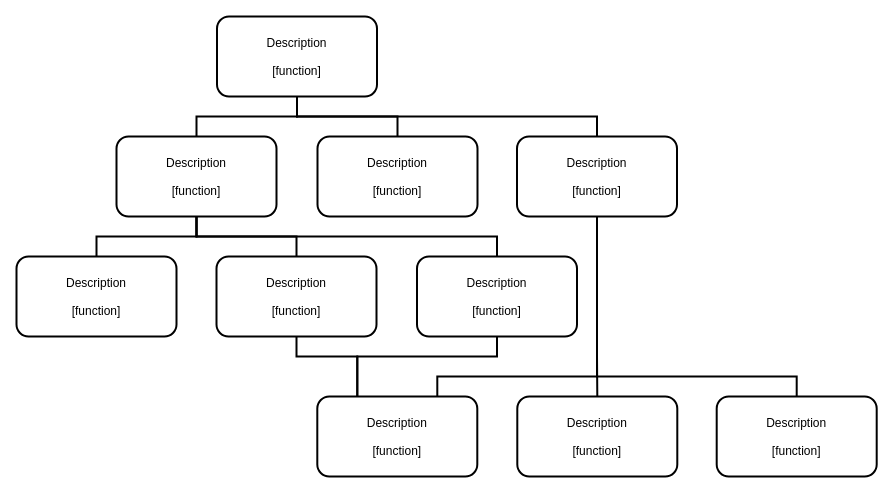
Earlier version of the draw.io diagram source/examples/design/software-modules/modules-application.drawio (YaskawaEurope/mlx-examples). Source tidied: cells renumbered, new cells numbered last; positions are measured from the earlier drawing's top-left corner, leaving out a move shared by most shapes. Both pictures are drawn from the tidied source at 100%, with x=0, y=0 at pixel (16, 16).
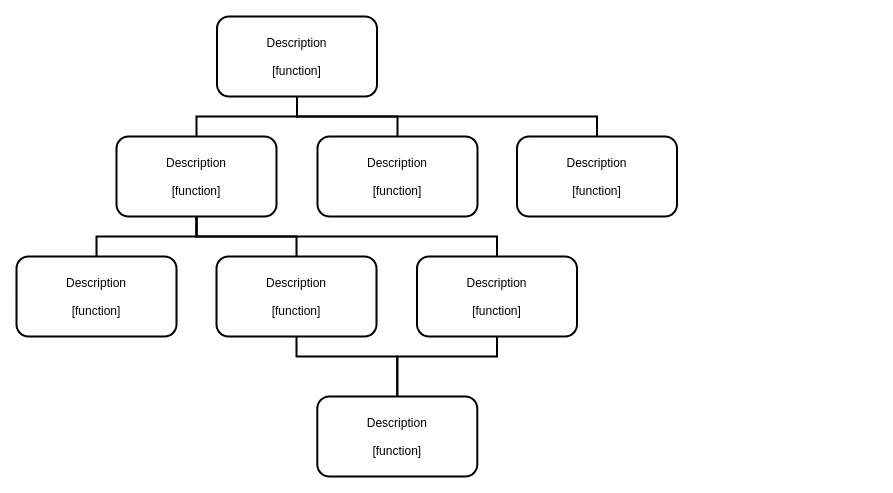
The same page after the edit.

The change refers to these unchanged cells:
```xml
<mxCell id="10" value="Description&#10;&#10;[function]" style="rounded=1;fillColor=none;glass=0;sketch=0;strokeWidth=2;" parent="1" vertex="1">
  <mxGeometry x="200" y="240" width="160" height="80" as="geometry" />
</mxCell>
<mxCell id="12" value="Description&#10;&#10;[function]" style="rounded=1;fillColor=none;glass=0;sketch=0;strokeWidth=2;" parent="1" vertex="1">
  <mxGeometry x="400.5" y="240" width="160" height="80" as="geometry" />
</mxCell>
<mxCell id="17" value="Description&#10;&#10;[function]" style="rounded=1;fillColor=none;glass=0;sketch=0;strokeWidth=2;" parent="1" vertex="1">
  <mxGeometry x="300.8" y="380" width="160" height="80" as="geometry" />
</mxCell>
<mxCell id="22" value="Description&#10;&#10;[function]" style="rounded=1;fillColor=none;glass=0;sketch=0;strokeWidth=2;" parent="1" vertex="1">
  <mxGeometry x="500.5" y="120" width="160" height="80" as="geometry" />
</mxCell>
```

Change to the diagram source:
```diff
@@
-    <mxCell id="14" value="Description&#10;&#10;[function]" style="rounded=1;fillColor=none;glass=0;sketch=0;strokeWidth=2;" parent="1" vertex="1">
-      <mxGeometry x="500.8" y="380" width="160" height="80" as="geometry" />
-    </mxCell>
-    <mxCell id="15" style="edgeStyle=elbowEdgeStyle;shape=connector;rounded=0;elbow=vertical;html=1;exitX=0.25;exitY=0;exitDx=0;exitDy=0;entryX=0.5;entryY=1;entryDx=0;entryDy=0;labelBackgroundColor=default;fontFamily=Lucida Console;fontSize=18;fontColor=default;endArrow=none;endFill=0;strokeColor=default;strokeWidth=2;" parent="1" edge="1" source="17" target="10">
+    <mxCell id="15" style="edgeStyle=elbowEdgeStyle;shape=connector;rounded=0;elbow=vertical;html=1;exitX=0.5;exitY=0;exitDx=0;exitDy=0;entryX=0.5;entryY=1;entryDx=0;entryDy=0;labelBackgroundColor=default;fontFamily=Lucida Console;fontSize=18;fontColor=default;endArrow=none;endFill=0;strokeColor=default;strokeWidth=2;" parent="1" edge="1" source="17" target="10">
       <mxGeometry relative="1" as="geometry">
         <Array as="points">
           <mxPoint x="340.5" y="340" />
           <mxPoint x="365.5" y="350" />
         </Array>
       </mxGeometry>
     </mxCell>
-    <mxCell id="16" style="edgeStyle=elbowEdgeStyle;shape=connector;rounded=0;elbow=vertical;html=1;exitX=0.25;exitY=0;exitDx=0;exitDy=0;entryX=0.5;entryY=1;entryDx=0;entryDy=0;labelBackgroundColor=default;fontFamily=Lucida Console;fontSize=18;fontColor=default;endArrow=none;endFill=0;strokeColor=default;strokeWidth=2;" parent="1" edge="1" source="17" target="12">
+    <mxCell id="16" style="edgeStyle=elbowEdgeStyle;shape=connector;rounded=0;elbow=vertical;html=1;exitX=0.5;exitY=0;exitDx=0;exitDy=0;entryX=0.5;entryY=1;entryDx=0;entryDy=0;labelBackgroundColor=default;fontFamily=Lucida Console;fontSize=18;fontColor=default;endArrow=none;endFill=0;strokeColor=default;strokeWidth=2;" parent="1" edge="1" source="17" target="12">
       <mxGeometry relative="1" as="geometry">
         <Array as="points">
           <mxPoint x="440.5" y="340" />
           <mxPoint x="465.5" y="350" />
         </Array>
       </mxGeometry>
     </mxCell>
@@
-    <mxCell id="18" value="Description&#10;&#10;[function]" style="rounded=1;fillColor=none;glass=0;sketch=0;strokeWidth=2;" parent="1" vertex="1">
-      <mxGeometry x="700.2" y="380" width="160" height="80" as="geometry" />
-    </mxCell>
-    <mxCell id="19" style="edgeStyle=elbowEdgeStyle;shape=connector;rounded=0;elbow=vertical;html=1;entryX=0.5;entryY=0;entryDx=0;entryDy=0;labelBackgroundColor=default;fontFamily=Lucida Console;fontSize=18;fontColor=default;endArrow=none;endFill=0;strokeColor=default;strokeWidth=2;exitX=0.5;exitY=1;exitDx=0;exitDy=0;" parent="1" edge="1" source="22" target="14">
-      <mxGeometry relative="1" as="geometry">
-        <Array as="points">
-          <mxPoint x="600.5" y="340" />
-        </Array>
-      </mxGeometry>
-    </mxCell>
-    <mxCell id="20" style="edgeStyle=elbowEdgeStyle;shape=connector;rounded=0;elbow=vertical;html=1;exitX=0.5;exitY=1;exitDx=0;exitDy=0;entryX=0.5;entryY=0;entryDx=0;entryDy=0;labelBackgroundColor=default;fontFamily=Lucida Console;fontSize=18;fontColor=default;endArrow=none;endFill=0;strokeColor=default;strokeWidth=2;" parent="1" edge="1" source="22" target="18">
-      <mxGeometry relative="1" as="geometry">
-        <Array as="points">
-          <mxPoint x="680" y="360" />
-        </Array>
-      </mxGeometry>
-    </mxCell>
-    <mxCell id="21" style="edgeStyle=elbowEdgeStyle;shape=connector;rounded=0;elbow=vertical;html=1;exitX=0.5;exitY=1;exitDx=0;exitDy=0;entryX=0.75;entryY=0;entryDx=0;entryDy=0;labelBackgroundColor=default;fontFamily=Lucida Console;fontSize=18;fontColor=default;endArrow=none;endFill=0;strokeColor=default;strokeWidth=2;" parent="1" edge="1" source="22" target="17">
-      <mxGeometry relative="1" as="geometry">
-        <Array as="points">
-          <mxPoint x="500" y="360" />
-        </Array>
-      </mxGeometry>
-    </mxCell>
```
